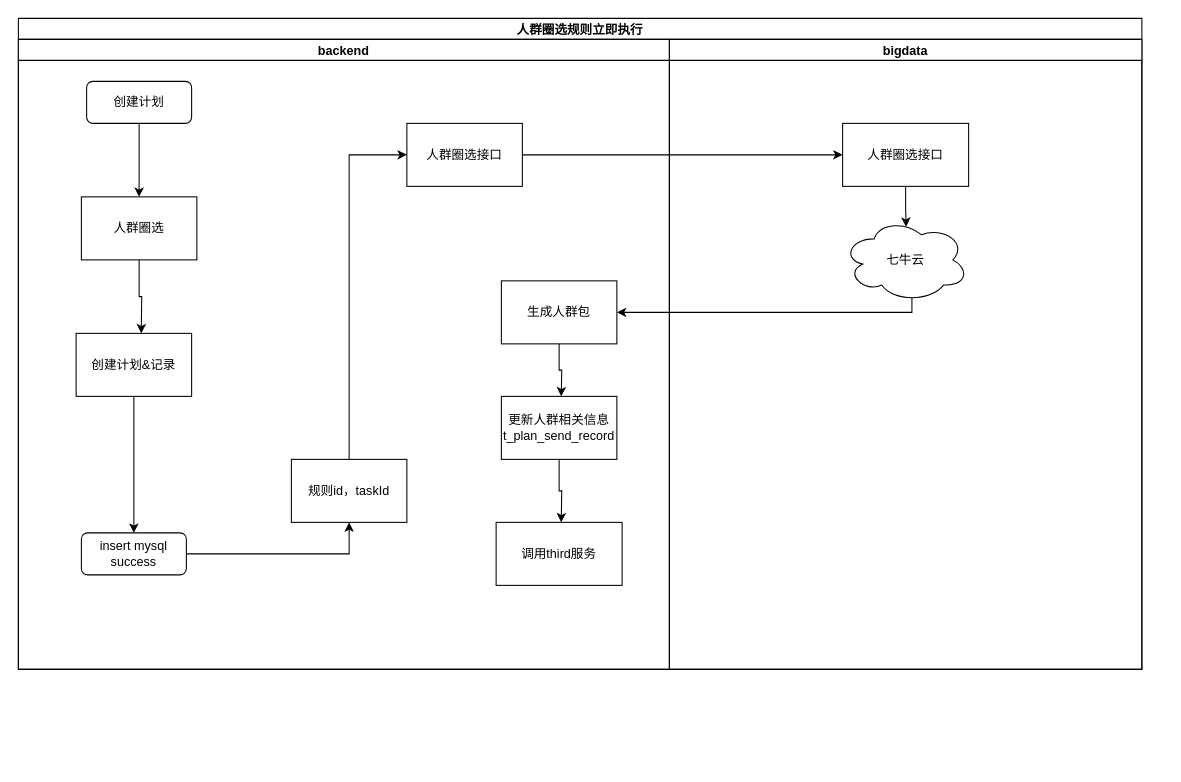
This is page "第 1 页" (1 of 2) of 推送计划.drawio from songmulin/rr-business, a draw.io file, before an edit. Source tidied: cells renumbered, new cells numbered last; positions are measured from the earlier drawing's top-left corner, leaving out a move shared by most shapes. Both pictures are drawn from the tidied source at 105%, with x=0, y=0 at pixel (18, 18).
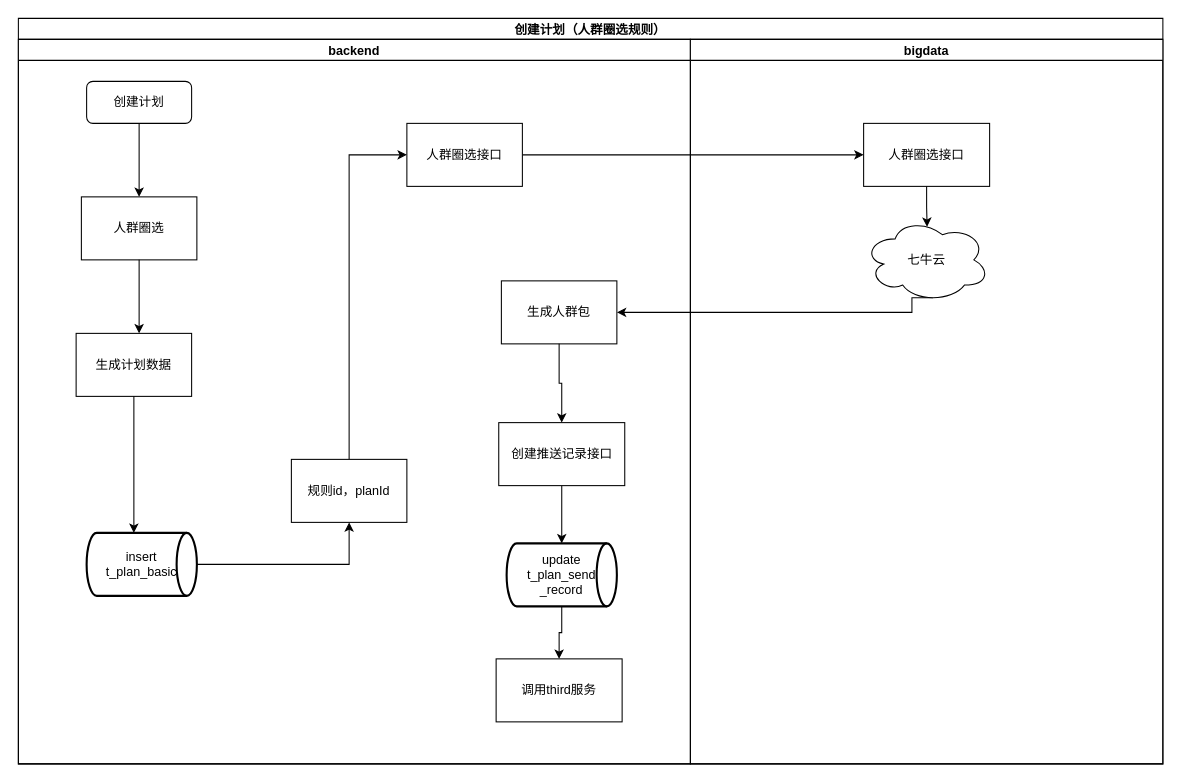
Above is the later version.

The change refers to these unchanged cells:
```xml
<mxCell id="8" value="人群圈选" style="rounded=0;whiteSpace=wrap;html=1;" parent="5" vertex="1">
  <mxGeometry x="60" y="150" width="110" height="60" as="geometry" />
</mxCell>
<mxCell id="10" value="生成人群包" style="rounded=0;whiteSpace=wrap;html=1;" parent="5" vertex="1">
  <mxGeometry x="460" y="230" width="110" height="60" as="geometry" />
</mxCell>
```

The edit, as a diff of the source:
```diff
@@
-    <mxCell id="2" value="人群圈选规则立即执行" style="swimlane;startSize=20;" parent="1" vertex="1">
-      <mxGeometry width="1070" height="620" as="geometry" />
+    <mxCell id="2" value="创建计划（人群圈选规则）" style="swimlane;startSize=20;" parent="1" vertex="1">
+      <mxGeometry width="1090" height="710" as="geometry" />
     </mxCell>
@@
     <mxCell id="5" value="backend" style="swimlane;startSize=20;" parent="2" vertex="1">
-      <mxGeometry y="20" width="620" height="600" as="geometry" />
+      <mxGeometry y="20" width="640" height="690" as="geometry" />
     </mxCell>
@@
-    <mxCell id="11" value="创建计划&amp;amp;记录" style="rounded=0;whiteSpace=wrap;html=1;" parent="5" vertex="1">
+    <mxCell id="11" value="生成计划数据" style="rounded=0;whiteSpace=wrap;html=1;" parent="5" vertex="1">
       <mxGeometry x="55" y="280" width="110" height="60" as="geometry" />
     </mxCell>
-    <mxCell id="12" value="insert mysql success" style="rounded=1;whiteSpace=wrap;html=1;" parent="5" vertex="1">
-      <mxGeometry x="60" y="470" width="100" height="40" as="geometry" />
-    </mxCell>
@@
-    <mxCell id="14" value="规则id，taskId" style="rounded=0;whiteSpace=wrap;html=1;" parent="5" vertex="1">
+    <mxCell id="14" value="规则id，planId" style="rounded=0;whiteSpace=wrap;html=1;" parent="5" vertex="1">
       <mxGeometry x="260" y="400" width="110" height="60" as="geometry" />
     </mxCell>
-    <mxCell id="15" style="edgeStyle=orthogonalEdgeStyle;rounded=0;jettySize=auto;html=1;entryX=0.5;entryY=1;entryDx=0;entryDy=0;" parent="5" edge="1" source="12" target="14">
+    <mxCell id="15" style="edgeStyle=orthogonalEdgeStyle;rounded=0;jettySize=auto;html=1;entryX=0.5;entryY=1;entryDx=0;entryDy=0;exitX=1;exitY=0.5;exitDx=0;exitDy=0;exitPerimeter=0;" parent="5" edge="1" source="26" target="14">
       <mxGeometry relative="1" as="geometry" />
     </mxCell>
-    <mxCell id="16" value="更新人群相关信息&lt;br&gt;&lt;span style=&quot;font-size: 12px;&quot;&gt;t_plan_send_record&lt;/span&gt;" style="rounded=0;whiteSpace=wrap;html=1;" parent="5" vertex="1">
-      <mxGeometry x="460" y="340" width="110" height="60" as="geometry" />
-    </mxCell>
+    <mxCell id="18" style="edgeStyle=orthogonalEdgeStyle;rounded=0;jettySize=auto;html=1;entryX=0.5;entryY=0;entryDx=0;entryDy=0;" parent="5" edge="1" source="11">
+      <mxGeometry relative="1" as="geometry">
+        <mxPoint x="110" y="470" as="targetPoint" />
+      </mxGeometry>
+    </mxCell>
+    <mxCell id="23" style="edgeStyle=orthogonalEdgeStyle;rounded=0;jettySize=auto;html=1;" parent="5" edge="1" source="8">
+      <mxGeometry relative="1" as="geometry">
+        <mxPoint x="115" y="280" as="targetPoint" />
+      </mxGeometry>
+    </mxCell>
+    <mxCell id="26" value="&lt;span style=&quot;font-size: 12px;&quot;&gt;insert&lt;br&gt;t_plan_basic&lt;/span&gt;" style="strokeWidth=2;html=1;shape=mxgraph.flowchart.direct_data;whiteSpace=wrap;" parent="5" vertex="1">
+      <mxGeometry x="65" y="470" width="105" height="60" as="geometry" />
+    </mxCell>
+    <mxCell id="27" style="edgeStyle=orthogonalEdgeStyle;rounded=0;jettySize=auto;html=1;" parent="5" edge="1" source="28" target="17">
+      <mxGeometry relative="1" as="geometry" />
+    </mxCell>
+    <mxCell id="28" value="&lt;span style=&quot;font-size: 12px;&quot;&gt;update&lt;br&gt;t_plan_send&lt;br&gt;_record&lt;/span&gt;" style="strokeWidth=2;html=1;shape=mxgraph.flowchart.direct_data;whiteSpace=wrap;" parent="5" vertex="1">
+      <mxGeometry x="465" y="480" width="105" height="60" as="geometry" />
+    </mxCell>
     <mxCell id="17" value="调用third服务" style="rounded=0;whiteSpace=wrap;html=1;" parent="5" vertex="1">
-      <mxGeometry x="455" y="460" width="120" height="60" as="geometry" />
+      <mxGeometry x="455" y="590" width="120" height="60" as="geometry" />
     </mxCell>
-    <mxCell id="18" style="edgeStyle=orthogonalEdgeStyle;rounded=0;jettySize=auto;html=1;entryX=0.5;entryY=0;entryDx=0;entryDy=0;" parent="5" edge="1" source="11" target="12">
-      <mxGeometry relative="1" as="geometry" />
-    </mxCell>
+    <mxCell id="29" style="edgeStyle=orthogonalEdgeStyle;rounded=0;jettySize=auto;html=1;entryX=0.5;entryY=0;entryDx=0;entryDy=0;entryPerimeter=0;" parent="5" edge="1" source="30" target="28">
+      <mxGeometry relative="1" as="geometry" />
+    </mxCell>
+    <mxCell id="30" value="创建推送记录接口" style="rounded=0;whiteSpace=wrap;html=1;" parent="5" vertex="1">
+      <mxGeometry x="457.5" y="365" width="120" height="60" as="geometry" />
+    </mxCell>
+    <mxCell id="24" style="edgeStyle=orthogonalEdgeStyle;rounded=0;jettySize=auto;html=1;entryX=0.5;entryY=0;entryDx=0;entryDy=0;" parent="5" edge="1" source="10" target="30">
+      <mxGeometry relative="1" as="geometry" />
+    </mxCell>
     <mxCell id="19" value="bigdata" style="swimlane;startSize=20;" parent="2" vertex="1">
-      <mxGeometry x="620" y="20" width="450" height="600" as="geometry" />
+      <mxGeometry x="640" y="20" width="450" height="690" as="geometry" />
     </mxCell>
@@
-    <mxCell id="23" style="edgeStyle=orthogonalEdgeStyle;rounded=0;jettySize=auto;html=1;" parent="1" edge="1" source="8">
-      <mxGeometry relative="1" as="geometry">
-        <mxPoint x="117" y="300" as="targetPoint" />
-      </mxGeometry>
-    </mxCell>
-    <mxCell id="24" style="edgeStyle=orthogonalEdgeStyle;rounded=0;jettySize=auto;html=1;" parent="1" edge="1" source="10">
-      <mxGeometry relative="1" as="geometry">
-        <mxPoint x="517" y="360" as="targetPoint" />
-      </mxGeometry>
-    </mxCell>
-    <mxCell id="25" style="edgeStyle=orthogonalEdgeStyle;rounded=0;jettySize=auto;html=1;" parent="1" edge="1" source="16">
-      <mxGeometry relative="1" as="geometry">
-        <mxPoint x="517" y="480" as="targetPoint" />
-      </mxGeometry>
-    </mxCell>
```
